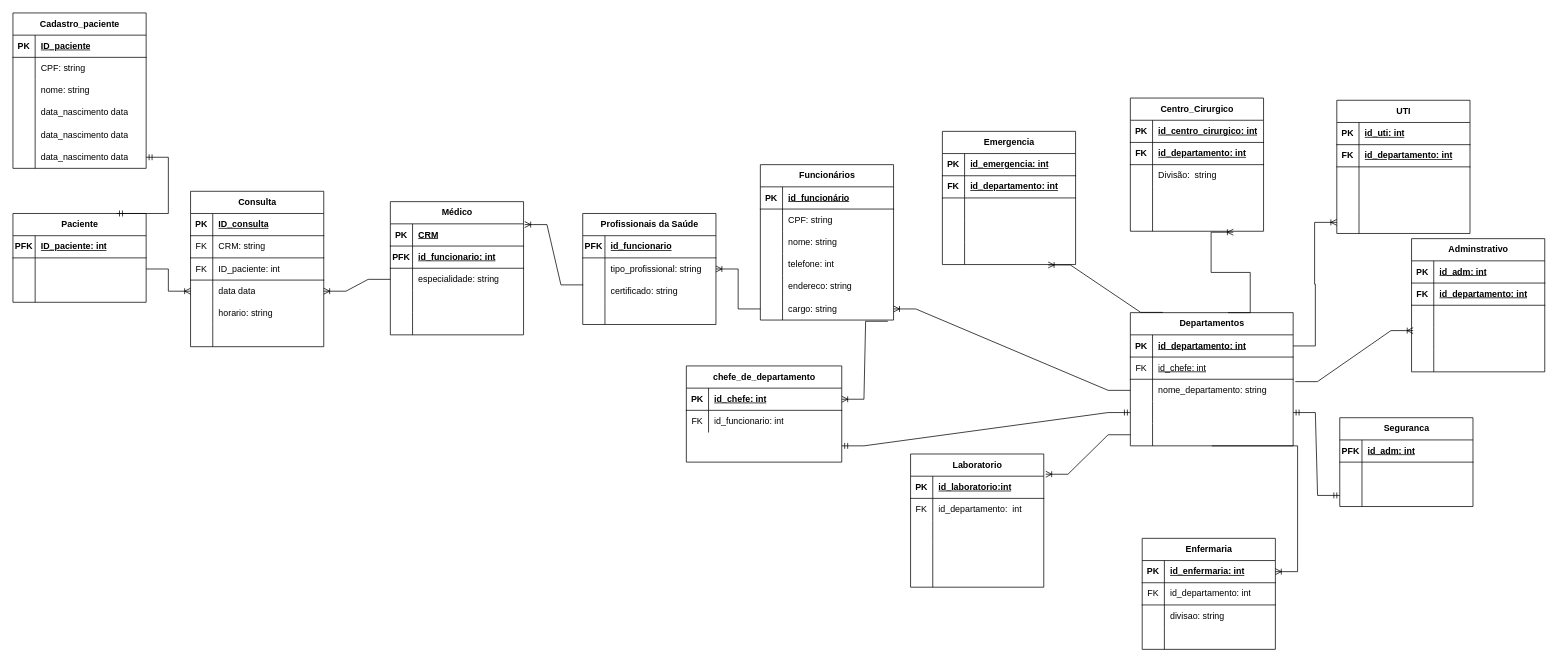
The draw.io diagram Modelo Relacional/Modelo Lógico.drawio in rafasilva9537/projeto_Hospital_BD, before the edit. Source tidied: cells renumbered, new cells numbered last; positions are measured from the earlier drawing's top-left corner, leaving out a move shared by most shapes. Both pictures are drawn from the tidied source at 74%, with x=0, y=0 at pixel (13, 13).
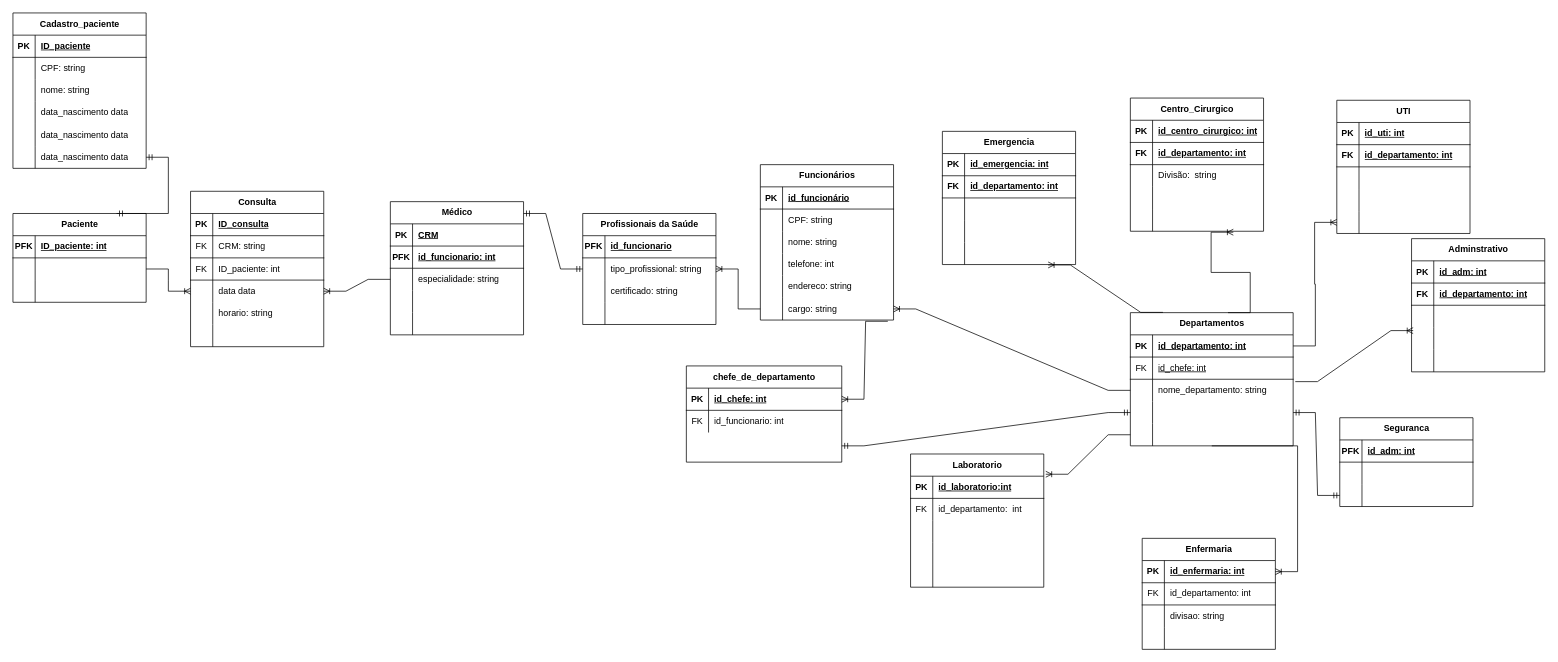
Above is the later version.

The change refers to these unchanged cells:
```xml
<mxCell id="96" style="shape=tableRow;horizontal=0;startSize=0;swimlaneHead=0;swimlaneBody=0;fillColor=none;points=[[0,0.5],[1,0.5]];portConstraint=eastwest;top=0;left=0;right=0;bottom=1;" parent="95" vertex="1">
  <mxGeometry y="30" width="180" height="30" as="geometry" />
</mxCell>
<mxCell id="118" style="shape=tableRow;horizontal=0;startSize=0;swimlaneHead=0;swimlaneBody=0;fillColor=none;points=[[0,0.5],[1,0.5]];portConstraint=eastwest;top=0;left=0;right=0;bottom=0;" parent="114" vertex="1">
  <mxGeometry y="60" width="180" height="30" as="geometry" />
</mxCell>
<mxCell id="121" style="shape=tableRow;horizontal=0;startSize=0;swimlaneHead=0;swimlaneBody=0;fillColor=none;points=[[0,0.5],[1,0.5]];portConstraint=eastwest;top=0;left=0;right=0;bottom=0;" parent="114" vertex="1">
  <mxGeometry y="90" width="180" height="30" as="geometry" />
</mxCell>
```

Change to the diagram source:
```diff
@@
-    <mxCell id="127" style="edgeStyle=entityRelationEdgeStyle;fontSize=12;html=1;endArrow=ERoneToMany;rounded=0;entryX=1.009;entryY=0.033;entryDx=0;entryDy=0;exitX=0.003;exitY=0.216;exitDx=0;exitDy=0;exitPerimeter=0;entryPerimeter=0;" parent="1" edge="1" source="121" target="96">
-      <mxGeometry relative="1" as="geometry" />
-    </mxCell>
@@
+    <mxCell id="239" style="edgeStyle=entityRelationEdgeStyle;fontSize=12;html=1;endArrow=ERmandOne;startArrow=ERmandOne;rounded=0;entryX=0;entryY=0.5;entryDx=0;entryDy=0;" parent="1" edge="1" target="118">
+      <mxGeometry relative="1" as="geometry">
+        <mxPoint x="690" y="271" as="sourcePoint" />
+      </mxGeometry>
+    </mxCell>
```
